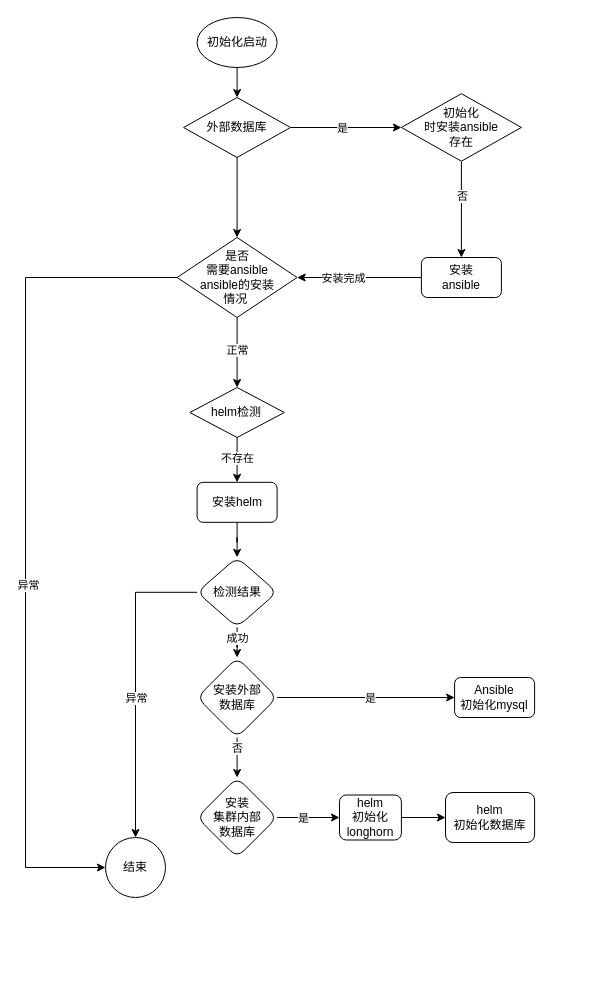
Before: init.drawio in Snuger/draw, a draw.io diagram. Source tidied: cells renumbered, new cells numbered last; positions are measured from the earlier drawing's top-left corner, leaving out a move shared by most shapes. Both pictures are drawn from the tidied source at 100%, with x=0, y=0 at pixel (25, 17).
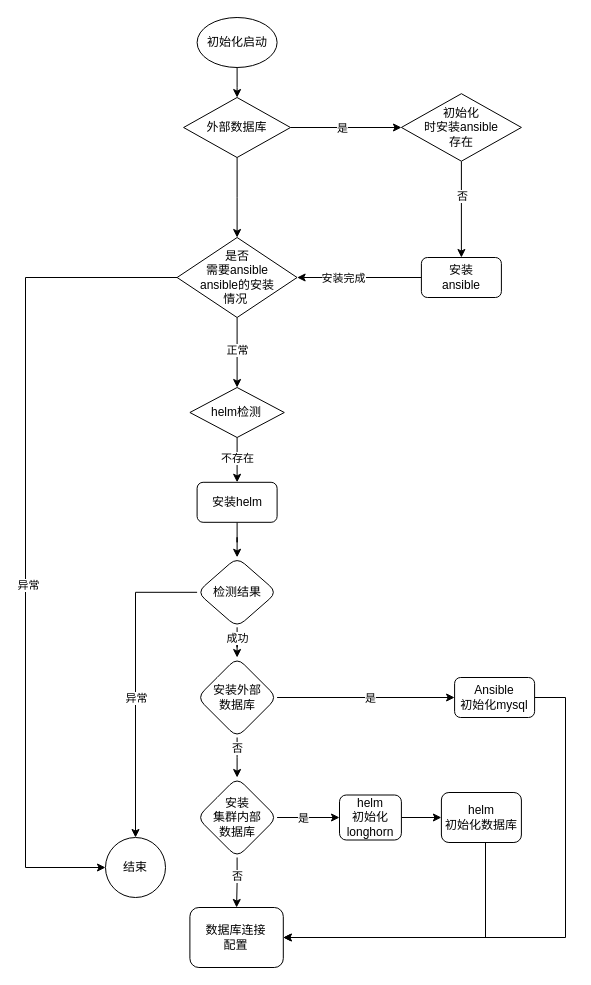
After the change.

Unchanged cells that the change refers to:
```xml
<mxCell id="35" value="Ansible&lt;br&gt;初始化mysql" style="whiteSpace=wrap;html=1;rounded=1;" parent="1" vertex="1">
  <mxGeometry x="429.1" y="660" width="80" height="40" as="geometry" />
</mxCell>
<mxCell id="38" value="安装&lt;br&gt;集群内部&lt;br&gt;数据库" style="rhombus;whiteSpace=wrap;html=1;rounded=1;" parent="1" vertex="1">
  <mxGeometry x="171.6" y="760" width="80" height="80" as="geometry" />
</mxCell>
```

What changed in the source:
```diff
@@
+    <mxCell id="42" style="edgeStyle=orthogonalEdgeStyle;rounded=0;jettySize=auto;html=1;entryX=1;entryY=0.5;entryDx=0;entryDy=0;" parent="1" edge="1" source="35" target="46">
+      <mxGeometry relative="1" as="geometry">
+        <Array as="points">
+          <mxPoint x="540" y="680" />
+          <mxPoint x="540" y="920" />
+        </Array>
+      </mxGeometry>
+    </mxCell>
@@
+    <mxCell id="43" style="edgeStyle=orthogonalEdgeStyle;rounded=0;jettySize=auto;html=1;" parent="1" edge="1" source="38" target="46">
+      <mxGeometry relative="1" as="geometry" />
+    </mxCell>
+    <mxCell id="44" value="否" style="edgeLabel;html=1;align=center;verticalAlign=middle;" parent="43" vertex="1">
+      <mxGeometry x="-0.3" relative="1" as="geometry" />
+    </mxCell>
@@
+    <mxCell id="45" style="edgeStyle=orthogonalEdgeStyle;rounded=0;jettySize=auto;html=1;entryX=1;entryY=0.5;entryDx=0;entryDy=0;" parent="1" edge="1" source="41" target="46">
+      <mxGeometry relative="1" as="geometry">
+        <Array as="points">
+          <mxPoint x="460" y="920" />
+        </Array>
+      </mxGeometry>
+    </mxCell>
     <mxCell id="41" value="helm&lt;br&gt;初始化数据库" style="whiteSpace=wrap;html=1;rounded=1;" parent="1" vertex="1">
-      <mxGeometry x="420" y="775" width="89.1" height="50" as="geometry" />
+      <mxGeometry x="415.9" y="775" width="80" height="50" as="geometry" />
     </mxCell>
+    <mxCell id="46" value="数据库连接&lt;br&gt;配置" style="rounded=1;whiteSpace=wrap;html=1;" parent="1" vertex="1">
+      <mxGeometry x="164.4" y="890" width="93.4" height="60" as="geometry" />
+    </mxCell>
```
